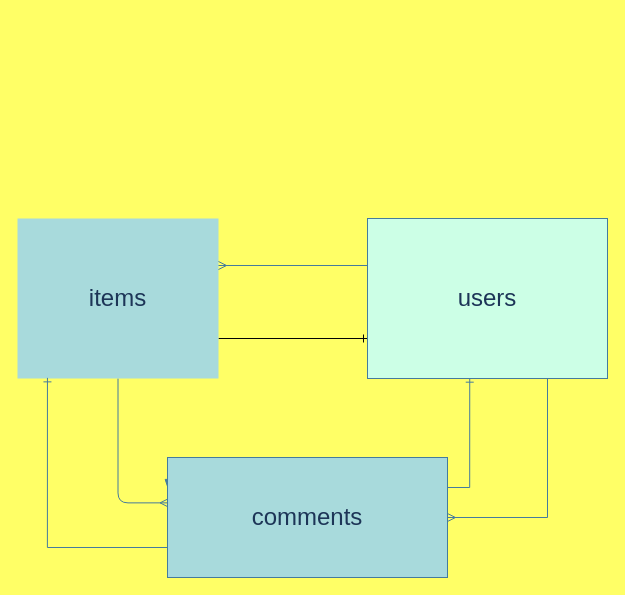
The draw.io diagram er.dio in tomichihi/furima-35519, before the edit. Source tidied: cells renumbered, new cells numbered last; positions are measured from the earlier drawing's top-left corner, leaving out a move shared by most shapes. Both pictures are drawn from the tidied source at 100%, with x=0, y=0 at pixel (17, 218).
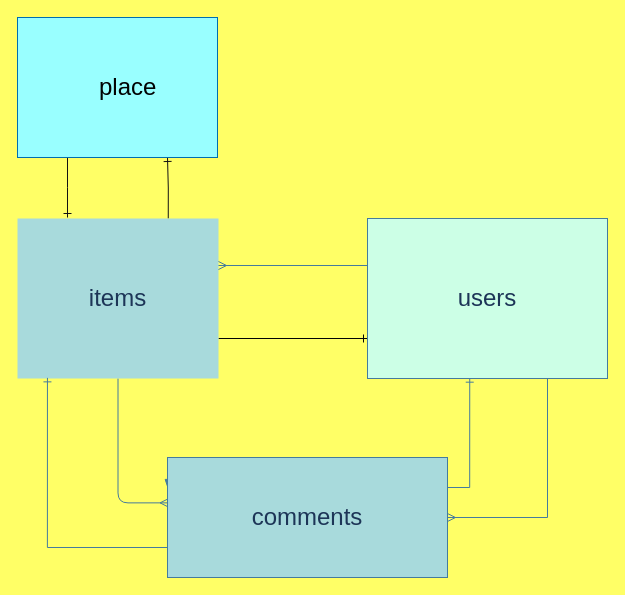
Above is the later version.

Change to the diagram source:
```diff
@@
 <mxGraphModel background="#FFFF66">
   <root>
     <mxCell id="0" />
     <mxCell id="1" parent="0" />
     <mxCell id="2" style="edgeStyle=orthogonalEdgeStyle;curved=0;rounded=1;sketch=0;jettySize=auto;html=1;entryX=0;entryY=0.25;entryDx=0;entryDy=0;endArrow=blockThin;endFill=1;strokeColor=#457B9D;fillColor=#A8DADC;fontColor=#1D3557;" parent="1" edge="1" target="12">
       <mxGeometry relative="1" as="geometry">
         <mxPoint x="150" y="239" as="sourcePoint" />
       </mxGeometry>
     </mxCell>
     <mxCell id="3" style="edgeStyle=orthogonalEdgeStyle;curved=0;rounded=1;sketch=0;orthogonalLoop=1;jettySize=auto;html=1;exitX=0;exitY=0.25;exitDx=0;exitDy=0;entryX=0;entryY=0.25;entryDx=0;entryDy=0;endArrow=blockThin;endFill=1;strokeColor=#457B9D;fillColor=#A8DADC;fontColor=#1D3557;" parent="1" edge="1" source="12" target="12">
       <mxGeometry relative="1" as="geometry" />
     </mxCell>
     <mxCell id="4" style="edgeStyle=orthogonalEdgeStyle;curved=0;rounded=1;sketch=0;jettySize=auto;html=1;entryX=0.002;entryY=0.378;entryDx=0;entryDy=0;entryPerimeter=0;endArrow=ERmany;endFill=0;strokeColor=#457B9D;fillColor=#A8DADC;fontColor=#1D3557;" parent="1" edge="1" source="6" target="12">
       <mxGeometry relative="1" as="geometry" />
     </mxCell>
     <mxCell id="5" style="edgeStyle=orthogonalEdgeStyle;rounded=0;sketch=0;jettySize=auto;html=1;exitX=1;exitY=0.75;exitDx=0;exitDy=0;entryX=0;entryY=0.75;entryDx=0;entryDy=0;endArrow=ERone;endFill=0;strokeColor=#020303;" parent="1" edge="1" source="6" target="9">
       <mxGeometry relative="1" as="geometry" />
     </mxCell>
+    <mxCell id="13" style="edgeStyle=orthogonalEdgeStyle;rounded=0;jettySize=auto;html=1;exitX=0.75;exitY=0;exitDx=0;exitDy=0;entryX=0.75;entryY=1;entryDx=0;entryDy=0;strokeColor=#121212;endArrow=ERone;endFill=0;" parent="1" edge="1" source="6" target="15">
+      <mxGeometry relative="1" as="geometry" />
+    </mxCell>
     <mxCell id="6" value="&lt;font style=&quot;font-size: 24px&quot;&gt;items&lt;/font&gt;" style="rounded=0;whiteSpace=wrap;html=1;fillColor=#A8DADC;fontColor=#1D3557;strokeColor=none;" parent="1" vertex="1">
       <mxGeometry width="201" height="160" as="geometry" />
     </mxCell>
     <mxCell id="7" style="edgeStyle=orthogonalEdgeStyle;rounded=0;orthogonalLoop=1;jettySize=auto;html=1;exitX=0;exitY=0.25;exitDx=0;exitDy=0;entryX=1;entryY=0.25;entryDx=0;entryDy=0;strokeColor=#457B9D;fontColor=#1D3557;labelBackgroundColor=#F1FAEE;endArrow=ERmany;endFill=0;" parent="1" edge="1">
       <mxGeometry relative="1" as="geometry">
         <mxPoint x="350" y="47" as="sourcePoint" />
         <mxPoint x="201" y="47" as="targetPoint" />
       </mxGeometry>
     </mxCell>
     <mxCell id="8" style="edgeStyle=orthogonalEdgeStyle;rounded=0;jettySize=auto;html=1;exitX=0.75;exitY=1;exitDx=0;exitDy=0;entryX=1;entryY=0.5;entryDx=0;entryDy=0;strokeColor=#457B9D;fontColor=#1D3557;labelBackgroundColor=#F1FAEE;endArrow=ERmany;endFill=0;" parent="1" edge="1" source="9" target="12">
       <mxGeometry relative="1" as="geometry" />
     </mxCell>
     <mxCell id="9" value="&lt;font style=&quot;font-size: 24px&quot;&gt;users&lt;/font&gt;" style="whiteSpace=wrap;html=1;strokeColor=#457B9D;fontColor=#1D3557;fillColor=#CCFFE6;" parent="1" vertex="1">
       <mxGeometry x="350" width="240" height="160" as="geometry" />
     </mxCell>
     <mxCell id="10" style="edgeStyle=orthogonalEdgeStyle;rounded=0;jettySize=auto;html=1;exitX=1;exitY=0.25;exitDx=0;exitDy=0;entryX=0.426;entryY=0.998;entryDx=0;entryDy=0;entryPerimeter=0;strokeColor=#457B9D;fontColor=#1D3557;labelBackgroundColor=#F1FAEE;endArrow=ERone;endFill=0;" parent="1" edge="1" source="12" target="9">
       <mxGeometry relative="1" as="geometry" />
     </mxCell>
     <mxCell id="11" style="edgeStyle=orthogonalEdgeStyle;rounded=0;jettySize=auto;html=1;exitX=0;exitY=0.75;exitDx=0;exitDy=0;entryX=0.149;entryY=0.996;entryDx=0;entryDy=0;entryPerimeter=0;strokeColor=#457B9D;fontColor=#1D3557;labelBackgroundColor=#F1FAEE;endArrow=ERone;endFill=0;" parent="1" edge="1" source="12" target="6">
       <mxGeometry relative="1" as="geometry" />
     </mxCell>
     <mxCell id="12" value="&lt;font style=&quot;font-size: 24px&quot;&gt;comments&lt;/font&gt;" style="whiteSpace=wrap;html=1;fillColor=#A8DADC;strokeColor=#457B9D;fontColor=#1D3557;" parent="1" vertex="1">
       <mxGeometry x="150" y="239" width="280" height="120" as="geometry" />
     </mxCell>
+    <mxCell id="14" style="edgeStyle=orthogonalEdgeStyle;rounded=0;jettySize=auto;html=1;exitX=0.25;exitY=1;exitDx=0;exitDy=0;strokeColor=#121212;endArrow=ERone;endFill=0;" parent="1" edge="1" source="15">
+      <mxGeometry relative="1" as="geometry">
+        <mxPoint x="50" y="-1" as="targetPoint" />
+      </mxGeometry>
+    </mxCell>
+    <mxCell id="15" value="&lt;blockquote style=&quot;margin: 0 0 0 40px ; border: none ; padding: 0px&quot;&gt;&lt;blockquote style=&quot;margin: 0 0 0 40px ; border: none ; padding: 0px&quot;&gt;&lt;div&gt;&lt;span style=&quot;font-size: 24px&quot;&gt;&lt;font color=&quot;#020303&quot;&gt;place&lt;/font&gt;&lt;/span&gt;&lt;/div&gt;&lt;/blockquote&gt;&lt;/blockquote&gt;" style="whiteSpace=wrap;html=1;strokeColor=#006EAF;fontColor=#ffffff;align=left;fillColor=#99FFFF;" parent="1" vertex="1">
+      <mxGeometry y="-201" width="200" height="140" as="geometry" />
+    </mxCell>
   </root>
 </mxGraphModel>
```
